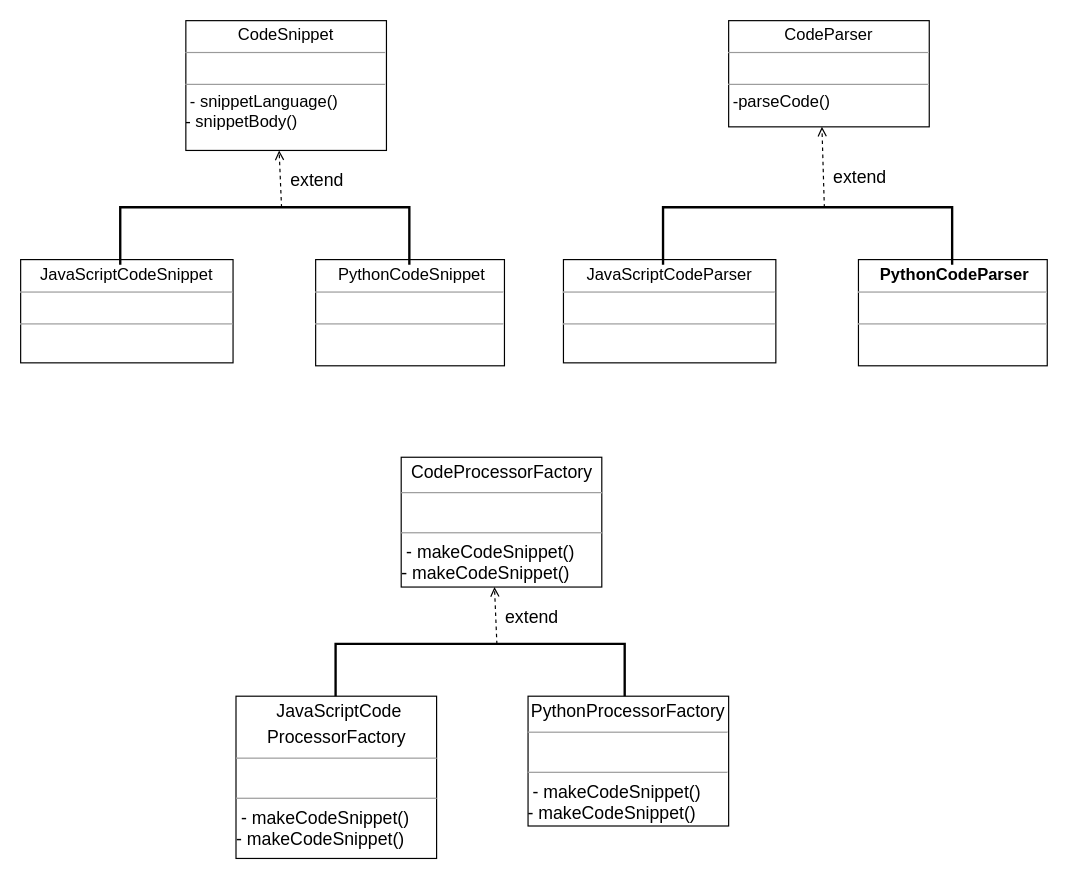
MaksShadows/Patterns keeps this draw.io diagram as creational/abstract-factory/abs-factory.drawio. Above is the earlier version. Source tidied: cells renumbered, new cells numbered last; positions are measured from the earlier drawing's top-left corner, leaving out a move shared by most shapes. Both pictures are drawn from the tidied source at 118%, with x=0, y=0 at pixel (20, 20).
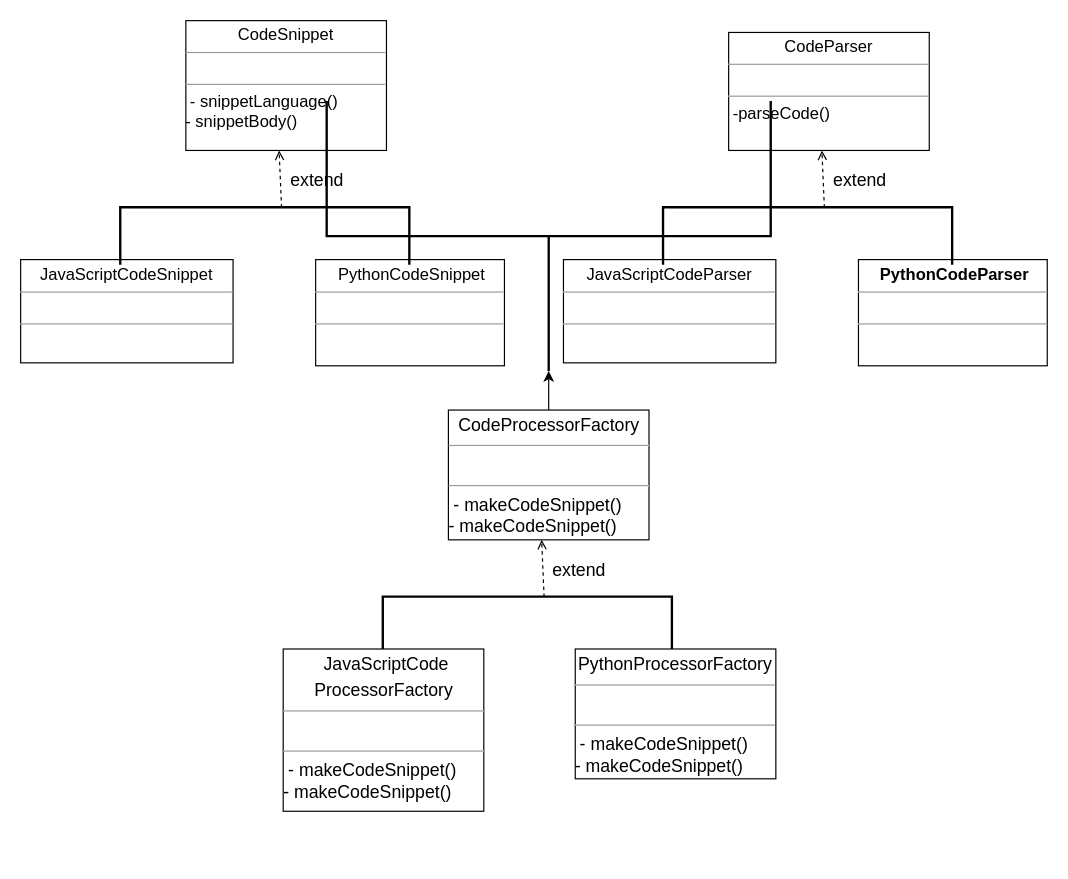
The same diagram, later.

The edit, as a diff of the source:
```diff
@@
 <mxGraphModel>
   <root>
     <mxCell id="0" />
     <mxCell id="1" parent="0" />
     <mxCell id="2" value="&lt;p style=&quot;margin: 0px ; margin-top: 4px ; text-align: center&quot;&gt;&lt;span style=&quot;font-size: 14px&quot;&gt;JavaScriptCodeSnippet&lt;/span&gt;&lt;br&gt;&lt;/p&gt;&lt;hr size=&quot;1&quot;&gt;&lt;p style=&quot;margin: 0px ; margin-left: 4px&quot;&gt;&lt;br&gt;&lt;/p&gt;&lt;hr size=&quot;1&quot;&gt;&lt;p style=&quot;margin: 0px 0px 0px 4px ; font-size: 14px&quot;&gt;&lt;/p&gt;" style="verticalAlign=top;align=left;overflow=fill;fontSize=12;fontFamily=Helvetica;html=1;" parent="1" vertex="1">
       <mxGeometry y="202.5" width="180" height="87.5" as="geometry" />
     </mxCell>
     <mxCell id="3" value="&lt;p style=&quot;margin: 0px ; margin-top: 4px ; text-align: center&quot;&gt;&amp;nbsp;&lt;span style=&quot;font-size: 14px&quot;&gt;PythonCodeSnippet&lt;/span&gt;&lt;/p&gt;&lt;hr size=&quot;1&quot;&gt;&lt;p style=&quot;margin: 0px ; margin-left: 4px&quot;&gt;&lt;br&gt;&lt;/p&gt;&lt;hr size=&quot;1&quot;&gt;&lt;p style=&quot;margin: 0px ; margin-left: 4px&quot;&gt;&lt;span&gt;&amp;nbsp;&lt;/span&gt;&lt;br&gt;&lt;/p&gt;&lt;p style=&quot;margin: 0px ; margin-left: 4px&quot;&gt;&lt;br&gt;&lt;/p&gt;" style="verticalAlign=top;align=left;overflow=fill;fontSize=12;fontFamily=Helvetica;html=1;" parent="1" vertex="1">
       <mxGeometry x="250" y="202.5" width="160" height="90" as="geometry" />
     </mxCell>
     <mxCell id="4" style="strokeWidth=2;html=1;shape=mxgraph.flowchart.annotation_1;align=left;rotation=90;" parent="1" vertex="1">
       <mxGeometry x="182.5" y="60" width="48.8" height="245" as="geometry" />
     </mxCell>
     <mxCell id="5" value="&lt;font style=&quot;font-size: 15px&quot;&gt;extend&lt;/font&gt;" style="html=1;verticalAlign=bottom;labelBackgroundColor=none;endArrow=open;endFill=0;dashed=1;exitX=0.008;exitY=0.442;exitDx=0;exitDy=0;exitPerimeter=0;entryX=0.465;entryY=1;entryDx=0;entryDy=0;entryPerimeter=0;" parent="1" edge="1" source="4" target="6">
       <mxGeometry x="-0.6" y="-30" relative="1" as="geometry" />
     </mxCell>
     <mxCell id="6" value="&lt;p style=&quot;margin: 0px ; margin-top: 4px ; text-align: center&quot;&gt;&lt;span style=&quot;font-size: 14px&quot;&gt;CodeSnippet&lt;/span&gt;&lt;br&gt;&lt;/p&gt;&lt;hr size=&quot;1&quot;&gt;&lt;p style=&quot;margin: 0px ; margin-left: 4px&quot;&gt;&lt;br&gt;&lt;/p&gt;&lt;hr size=&quot;1&quot;&gt;&lt;p style=&quot;margin: 0px 0px 0px 4px ; font-size: 14px&quot;&gt;&lt;/p&gt;&lt;span style=&quot;text-align: justify&quot;&gt;&lt;span style=&quot;font-size: 14px&quot;&gt;&amp;nbsp;- snippetLanguage&lt;/span&gt;&lt;span style=&quot;font-size: 14px&quot;&gt;()&lt;/span&gt;&lt;br&gt;&lt;span style=&quot;font-size: 14px&quot;&gt;- snippetBody()&lt;/span&gt;&lt;br&gt;&lt;/span&gt;" style="verticalAlign=top;align=left;overflow=fill;fontSize=12;fontFamily=Helvetica;html=1;" parent="1" vertex="1">
       <mxGeometry x="140" width="170" height="110" as="geometry" />
     </mxCell>
     <mxCell id="7" value="&lt;p style=&quot;margin: 0px ; margin-top: 4px ; text-align: center&quot;&gt;&lt;span style=&quot;font-size: 14px&quot;&gt;JavaScriptCodeParser&lt;/span&gt;&lt;br&gt;&lt;/p&gt;&lt;hr size=&quot;1&quot;&gt;&lt;p style=&quot;margin: 0px ; margin-left: 4px&quot;&gt;&lt;br&gt;&lt;/p&gt;&lt;hr size=&quot;1&quot;&gt;&lt;p style=&quot;margin: 0px 0px 0px 4px ; font-size: 14px&quot;&gt;&lt;/p&gt;" style="verticalAlign=top;align=left;overflow=fill;fontSize=12;fontFamily=Helvetica;html=1;" parent="1" vertex="1">
       <mxGeometry x="460" y="202.5" width="180" height="87.5" as="geometry" />
     </mxCell>
     <mxCell id="8" value="&lt;p style=&quot;margin: 0px ; margin-top: 4px ; text-align: center&quot;&gt;&lt;b&gt;&amp;nbsp;&lt;/b&gt;&lt;b style=&quot;font-size: 14px&quot;&gt;PythonCodeParser&lt;/b&gt;&lt;/p&gt;&lt;hr size=&quot;1&quot;&gt;&lt;p style=&quot;margin: 0px ; margin-left: 4px&quot;&gt;&lt;br&gt;&lt;/p&gt;&lt;hr size=&quot;1&quot;&gt;&lt;p style=&quot;margin: 0px ; margin-left: 4px&quot;&gt;&lt;span&gt;&amp;nbsp;&lt;/span&gt;&lt;br&gt;&lt;/p&gt;&lt;p style=&quot;margin: 0px ; margin-left: 4px&quot;&gt;&lt;br&gt;&lt;/p&gt;" style="verticalAlign=top;align=left;overflow=fill;fontSize=12;fontFamily=Helvetica;html=1;" parent="1" vertex="1">
       <mxGeometry x="710" y="202.5" width="160" height="90" as="geometry" />
     </mxCell>
     <mxCell id="9" style="strokeWidth=2;html=1;shape=mxgraph.flowchart.annotation_1;align=left;rotation=90;" parent="1" vertex="1">
       <mxGeometry x="642.5" y="60" width="48.8" height="245" as="geometry" />
     </mxCell>
     <mxCell id="10" value="&lt;font style=&quot;font-size: 15px&quot;&gt;extend&lt;/font&gt;" style="html=1;verticalAlign=bottom;labelBackgroundColor=none;endArrow=open;endFill=0;dashed=1;exitX=0.008;exitY=0.442;exitDx=0;exitDy=0;exitPerimeter=0;entryX=0.465;entryY=1;entryDx=0;entryDy=0;entryPerimeter=0;" parent="1" edge="1" source="9" target="11">
       <mxGeometry x="-0.6" y="-30" relative="1" as="geometry" />
     </mxCell>
     <mxCell id="11" value="&lt;p style=&quot;margin: 0px ; margin-top: 4px ; text-align: center&quot;&gt;&lt;span style=&quot;font-size: 14px&quot;&gt;CodeParser&lt;/span&gt;&lt;br&gt;&lt;/p&gt;&lt;hr size=&quot;1&quot;&gt;&lt;p style=&quot;margin: 0px ; margin-left: 4px&quot;&gt;&lt;br&gt;&lt;/p&gt;&lt;hr size=&quot;1&quot;&gt;&lt;p style=&quot;margin: 0px 0px 0px 4px ; font-size: 14px&quot;&gt;&lt;/p&gt;&lt;span style=&quot;text-align: justify&quot;&gt;&lt;span style=&quot;font-size: 14px&quot;&gt;&amp;nbsp;-parseCode&lt;/span&gt;&lt;span style=&quot;font-size: 14px&quot;&gt;()&lt;/span&gt;&lt;br&gt;&lt;br&gt;&lt;/span&gt;" style="verticalAlign=top;align=left;overflow=fill;fontSize=12;fontFamily=Helvetica;html=1;" parent="1" vertex="1">
-      <mxGeometry x="600" width="170" height="90" as="geometry" />
+      <mxGeometry x="600" y="10" width="170" height="100" as="geometry" />
     </mxCell>
     <mxCell id="12" style="strokeWidth=2;html=1;shape=mxgraph.flowchart.annotation_1;align=left;rotation=90;" parent="1" vertex="1">
-      <mxGeometry x="365" y="430" width="48.8" height="245" as="geometry" />
+      <mxGeometry x="405" y="390" width="48.8" height="245" as="geometry" />
     </mxCell>
     <mxCell id="13" value="&lt;font style=&quot;font-size: 15px&quot;&gt;extend&lt;/font&gt;" style="html=1;verticalAlign=bottom;labelBackgroundColor=none;endArrow=open;endFill=0;dashed=1;exitX=0.008;exitY=0.442;exitDx=0;exitDy=0;exitPerimeter=0;entryX=0.465;entryY=1;entryDx=0;entryDy=0;entryPerimeter=0;" parent="1" edge="1" source="12" target="14">
       <mxGeometry x="-0.6" y="-30" relative="1" as="geometry" />
     </mxCell>
+    <mxCell id="17" style="edgeStyle=orthogonalEdgeStyle;rounded=0;jettySize=auto;html=1;exitX=0.5;exitY=0;exitDx=0;exitDy=0;entryX=0;entryY=0.5;entryDx=0;entryDy=0;entryPerimeter=0;" parent="1" edge="1" source="14" target="18">
+      <mxGeometry relative="1" as="geometry" />
+    </mxCell>
     <mxCell id="14" value="&lt;p style=&quot;margin: 4px 0px 0px ; text-align: center ; font-size: 15px&quot;&gt;&lt;font style=&quot;font-size: 15px&quot;&gt;CodeProcessorFactory&lt;br&gt;&lt;/font&gt;&lt;/p&gt;&lt;hr size=&quot;1&quot; style=&quot;font-size: 15px&quot;&gt;&lt;p style=&quot;margin: 0px 0px 0px 4px ; font-size: 15px&quot;&gt;&lt;font style=&quot;font-size: 15px&quot;&gt;&lt;br&gt;&lt;/font&gt;&lt;/p&gt;&lt;hr size=&quot;1&quot; style=&quot;font-size: 15px&quot;&gt;&lt;p style=&quot;margin: 0px 0px 0px 4px ; font-size: 15px&quot;&gt;&lt;/p&gt;&lt;span style=&quot;text-align: justify&quot;&gt;&lt;font&gt;&lt;span style=&quot;font-size: 15px&quot;&gt;&amp;nbsp;- makeCodeSnippet()&lt;/span&gt;&lt;br&gt;&lt;span style=&quot;font-size: 15px&quot;&gt;-&amp;nbsp;&lt;/span&gt;&lt;/font&gt;&lt;span style=&quot;font-size: 15px&quot;&gt;makeCodeSnippet()&lt;/span&gt;&lt;br&gt;&lt;/span&gt;" style="verticalAlign=top;align=left;overflow=fill;fontSize=12;fontFamily=Helvetica;html=1;" parent="1" vertex="1">
-      <mxGeometry x="322.5" y="370" width="170" height="110" as="geometry" />
+      <mxGeometry x="362.5" y="330" width="170" height="110" as="geometry" />
     </mxCell>
     <mxCell id="15" value="&lt;p style=&quot;margin: 4px 0px 0px ; text-align: center&quot;&gt;&lt;font&gt;&lt;span style=&quot;font-size: 15px&quot;&gt;&amp;nbsp;JavaScriptCode&lt;/span&gt;&lt;/font&gt;&lt;/p&gt;&lt;p style=&quot;margin: 4px 0px 0px ; text-align: center&quot;&gt;&lt;font&gt;&lt;span style=&quot;font-size: 15px&quot;&gt;ProcessorFactory&lt;/span&gt;&lt;br&gt;&lt;/font&gt;&lt;/p&gt;&lt;hr size=&quot;1&quot; style=&quot;font-size: 15px&quot;&gt;&lt;p style=&quot;margin: 0px 0px 0px 4px ; font-size: 15px&quot;&gt;&lt;font style=&quot;font-size: 15px&quot;&gt;&lt;br&gt;&lt;/font&gt;&lt;/p&gt;&lt;hr size=&quot;1&quot; style=&quot;font-size: 15px&quot;&gt;&lt;p style=&quot;margin: 0px 0px 0px 4px ; font-size: 15px&quot;&gt;&lt;/p&gt;&lt;span style=&quot;text-align: justify&quot;&gt;&lt;font&gt;&lt;span style=&quot;font-size: 15px&quot;&gt;&amp;nbsp;- makeCodeSnippet()&lt;/span&gt;&lt;br&gt;&lt;span style=&quot;font-size: 15px&quot;&gt;-&amp;nbsp;&lt;/span&gt;&lt;/font&gt;&lt;span style=&quot;font-size: 15px&quot;&gt;makeCodeSnippet()&lt;/span&gt;&lt;br&gt;&lt;/span&gt;" style="verticalAlign=top;align=left;overflow=fill;fontSize=12;fontFamily=Helvetica;html=1;" parent="1" vertex="1">
-      <mxGeometry x="182.5" y="572.5" width="170" height="137.5" as="geometry" />
+      <mxGeometry x="222.5" y="532.5" width="170" height="137.5" as="geometry" />
     </mxCell>
     <mxCell id="16" value="&lt;p style=&quot;margin: 4px 0px 0px ; text-align: center ; font-size: 15px&quot;&gt;&lt;font style=&quot;font-size: 15px&quot;&gt;PythonProcessorFactory&lt;br&gt;&lt;/font&gt;&lt;/p&gt;&lt;hr size=&quot;1&quot; style=&quot;font-size: 15px&quot;&gt;&lt;p style=&quot;margin: 0px 0px 0px 4px ; font-size: 15px&quot;&gt;&lt;font style=&quot;font-size: 15px&quot;&gt;&lt;br&gt;&lt;/font&gt;&lt;/p&gt;&lt;hr size=&quot;1&quot; style=&quot;font-size: 15px&quot;&gt;&lt;p style=&quot;margin: 0px 0px 0px 4px ; font-size: 15px&quot;&gt;&lt;/p&gt;&lt;span style=&quot;text-align: justify&quot;&gt;&lt;font&gt;&lt;span style=&quot;font-size: 15px&quot;&gt;&amp;nbsp;- makeCodeSnippet()&lt;/span&gt;&lt;br&gt;&lt;span style=&quot;font-size: 15px&quot;&gt;-&amp;nbsp;&lt;/span&gt;&lt;/font&gt;&lt;span style=&quot;font-size: 15px&quot;&gt;makeCodeSnippet()&lt;/span&gt;&lt;br&gt;&lt;/span&gt;" style="verticalAlign=top;align=left;overflow=fill;fontSize=12;fontFamily=Helvetica;html=1;" parent="1" vertex="1">
-      <mxGeometry x="430" y="572.5" width="170" height="110" as="geometry" />
+      <mxGeometry x="470" y="532.5" width="170" height="110" as="geometry" />
     </mxCell>
+    <mxCell id="18" style="strokeWidth=2;html=1;shape=mxgraph.flowchart.annotation_2;align=left;labelPosition=right;rotation=-90;" parent="1" vertex="1">
+      <mxGeometry x="333.1" y="-5.6" width="228.8" height="376.3" as="geometry" />
+    </mxCell>
   </root>
 </mxGraphModel>
```
